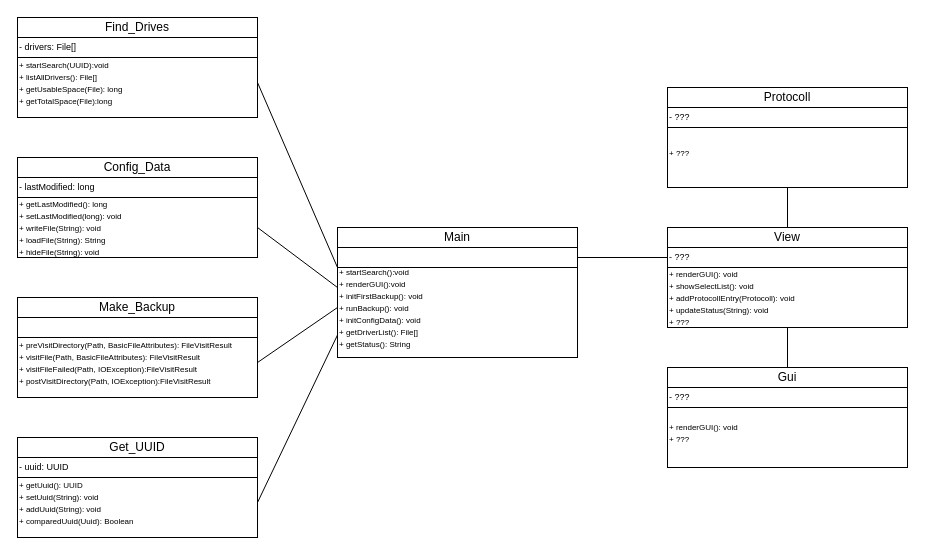
The draw.io diagram doc/Klassendiagramm/klassen-dia.drawio in ina-verena/bk-backup-6, before the edit. Source tidied: cells renumbered, new cells numbered last; positions are measured from the earlier drawing's top-left corner, leaving out a move shared by most shapes. Both pictures are drawn from the tidied source at 100%, with x=0, y=0 at pixel (17, 17).
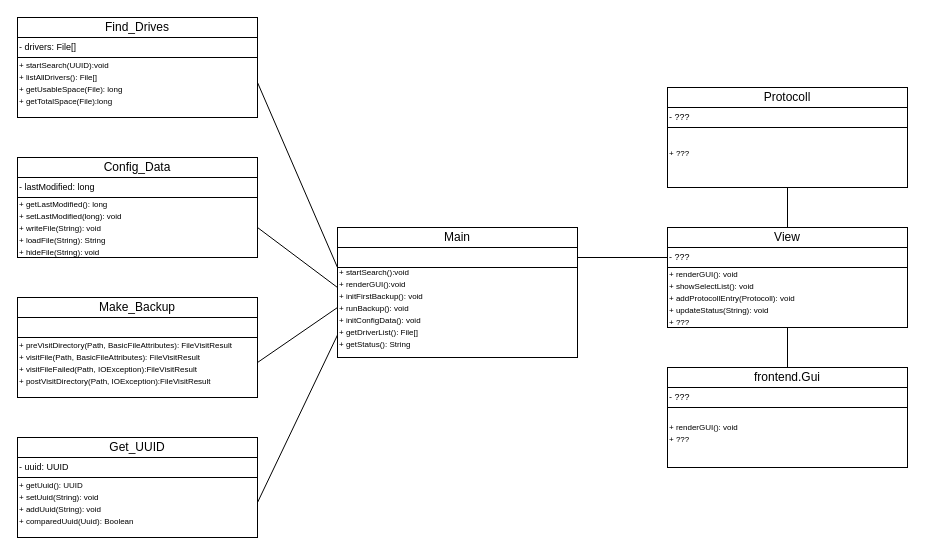
The same page after the edit.

Diff of the diagram source:
```diff
@@
-    <mxCell id="46" value="Gui" style="text;html=1;align=center;verticalAlign=middle;whiteSpace=wrap;rounded=0;" parent="1" vertex="1">
+    <mxCell id="46" value="frontend.Gui" style="text;html=1;align=center;verticalAlign=middle;whiteSpace=wrap;rounded=0;" parent="1" vertex="1">
       <mxGeometry x="660" y="350" width="220" height="20" as="geometry" />
     </mxCell>
```
